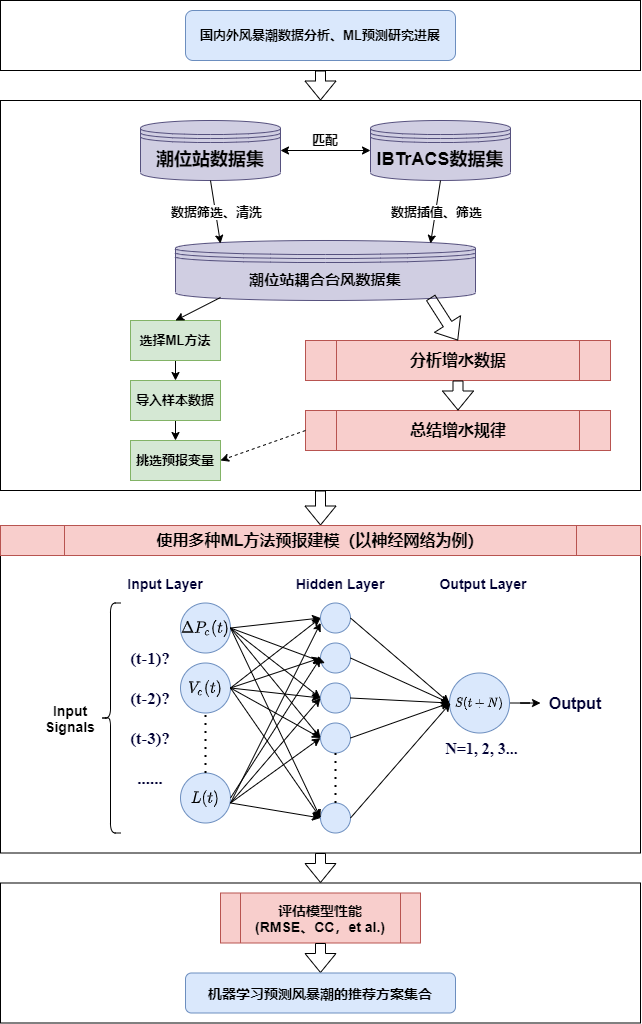
Xylitolor/Xylitolee keeps this draw.io diagram as 毕业设计.png. Above is the earlier version. Source tidied: cells renumbered, new cells last; positions are measured from the earlier drawing's top-left corner, leaving out a move shared by most shapes.
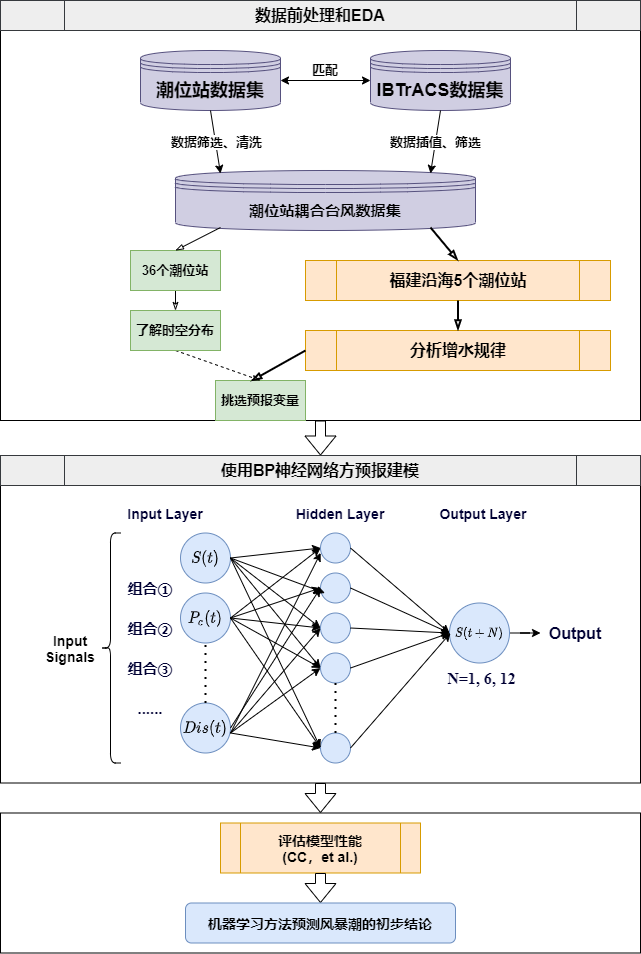
After the commit.

Commit message:
更新毕业设计.png

Change to the diagram source:
```diff
@@ -2,9 +2,6 @@
   <root>
     <mxCell id="0" />
     <mxCell id="1" parent="0" />
-    <mxCell id="2" style="rounded=0;whiteSpace=wrap;html=1;labelBackgroundColor=none;fontFamily=Helvetica;fontSize=14;fontColor=#000033;" parent="1" vertex="1">
-      <mxGeometry width="640" height="70" as="geometry" />
-    </mxCell>
     <mxCell id="3" style="rounded=0;whiteSpace=wrap;html=1;labelBackgroundColor=none;fontFamily=Helvetica;fontSize=14;fontColor=#000033;" parent="1" vertex="1">
       <mxGeometry y="882.5" width="640" height="140" as="geometry" />
     </mxCell>
@@ -27,24 +24,24 @@
       <mxGeometry x="175" y="240" width="300" height="60" as="geometry" />
     </mxCell>
     <mxCell id="10" value="挑选预报变量" style="rounded=0;whiteSpace=wrap;html=1;fontFamily=Helvetica;fontSize=13;fillColor=#d5e8d4;strokeColor=#82b366;fontStyle=1;" parent="1" vertex="1">
-      <mxGeometry x="130" y="440" width="90" height="40" as="geometry" />
+      <mxGeometry x="215" y="450" width="90" height="40" as="geometry" />
     </mxCell>
-    <mxCell id="11" style="edgeStyle=orthogonalEdgeStyle;rounded=0;jettySize=auto;html=1;exitX=0.5;exitY=1;exitDx=0;exitDy=0;entryX=0.5;entryY=0;entryDx=0;entryDy=0;fontFamily=Helvetica;fontSize=13;" parent="1" edge="1" source="12" target="16">
+    <mxCell id="11" style="edgeStyle=orthogonalEdgeStyle;rounded=0;jettySize=auto;html=1;exitX=0.5;exitY=1;exitDx=0;exitDy=0;entryX=0.5;entryY=0;entryDx=0;entryDy=0;fontFamily=Helvetica;fontSize=13;endArrow=classicThin;endFill=0;" parent="1" edge="1" source="12" target="16">
       <mxGeometry relative="1" as="geometry" />
     </mxCell>
-    <mxCell id="12" value="选择ML方法" style="rounded=0;whiteSpace=wrap;html=1;fontFamily=Helvetica;fontSize=13;fillColor=#d5e8d4;strokeColor=#82b366;fontStyle=1;" parent="1" vertex="1">
+    <mxCell id="12" value="36个潮位站" style="rounded=0;whiteSpace=wrap;html=1;fontFamily=Helvetica;fontSize=13;fillColor=#d5e8d4;strokeColor=#82b366;fontStyle=1;" parent="1" vertex="1">
       <mxGeometry x="130" y="320" width="90" height="40" as="geometry" />
     </mxCell>
     <mxCell id="13" style="edgeStyle=orthogonalEdgeStyle;rounded=0;orthogonalLoop=1;jettySize=auto;html=1;exitX=0.5;exitY=1;exitDx=0;exitDy=0;fontFamily=Helvetica;fontSize=13;" parent="1" edge="1" source="10" target="10">
       <mxGeometry relative="1" as="geometry" />
     </mxCell>
-    <mxCell id="14" style="endArrow=classic;html=1;fontFamily=Helvetica;fontSize=13;entryX=0.5;entryY=0;entryDx=0;entryDy=0;exitX=0.5;exitY=1;exitDx=0;exitDy=0;" parent="1" edge="1" source="16" target="10">
+    <mxCell id="14" style="endArrow=classicThin;html=1;fontFamily=Helvetica;fontSize=13;entryX=0.5;entryY=0;entryDx=0;entryDy=0;exitX=0.5;exitY=1;exitDx=0;exitDy=0;dashed=1;endFill=0;" parent="1" edge="1" source="16" target="10">
       <mxGeometry relative="1" as="geometry" />
     </mxCell>
-    <mxCell id="15" style="endArrow=classic;html=1;fontFamily=Helvetica;fontSize=13;entryX=0.5;entryY=0;entryDx=0;entryDy=0;exitX=0.15;exitY=0.95;exitDx=0;exitDy=0;exitPerimeter=0;" parent="1" edge="1" source="9" target="12">
+    <mxCell id="15" style="endArrow=blockThin;html=1;fontFamily=Helvetica;fontSize=13;entryX=0.5;entryY=0;entryDx=0;entryDy=0;exitX=0.15;exitY=0.95;exitDx=0;exitDy=0;exitPerimeter=0;endFill=0;" parent="1" edge="1" source="9" target="12">
       <mxGeometry relative="1" as="geometry" />
     </mxCell>
-    <mxCell id="16" value="导入样本数据" style="rounded=0;whiteSpace=wrap;html=1;fontFamily=Helvetica;fontSize=13;fillColor=#d5e8d4;strokeColor=#82b366;fontStyle=1;" parent="1" vertex="1">
+    <mxCell id="16" value="了解时空分布" style="rounded=0;whiteSpace=wrap;html=1;fontFamily=Helvetica;fontSize=13;fillColor=#d5e8d4;strokeColor=#82b366;fontStyle=1;" parent="1" vertex="1">
       <mxGeometry x="130" y="380" width="90" height="40" as="geometry" />
     </mxCell>
     <mxCell id="17" style="rounded=0;whiteSpace=wrap;html=1;fontFamily=Helvetica;fontSize=13;" parent="1" vertex="1">
@@ -56,13 +53,13 @@
     <mxCell id="19" value="Input&lt;br style=&quot;font-size: 14px;&quot;&gt;Signals" style="text;html=1;strokeColor=none;fillColor=none;align=center;verticalAlign=middle;whiteSpace=wrap;rounded=0;fontFamily=Helvetica;fontSize=14;rotation=0;fontStyle=1;" parent="1" vertex="1">
       <mxGeometry x="50" y="707.5" width="40" height="20" as="geometry" />
     </mxCell>
-    <mxCell id="20" value="$$\Delta P_c(t)$$" style="ellipse;whiteSpace=wrap;html=1;fontFamily=Helvetica;fontSize=13;fillColor=#dae8fc;strokeColor=#6c8ebf;" parent="1" vertex="1">
+    <mxCell id="20" value="$$S(t)$$" style="ellipse;whiteSpace=wrap;html=1;fontFamily=Helvetica;fontSize=13;fillColor=#dae8fc;strokeColor=#6c8ebf;" parent="1" vertex="1">
       <mxGeometry x="180" y="602.5" width="50" height="50" as="geometry" />
     </mxCell>
-    <mxCell id="21" value="$$V_c(t)$$" style="ellipse;whiteSpace=wrap;html=1;fontFamily=Helvetica;fontSize=13;fillColor=#dae8fc;strokeColor=#6c8ebf;" parent="1" vertex="1">
+    <mxCell id="21" value="$$P_c(t)$$" style="ellipse;whiteSpace=wrap;html=1;fontFamily=Helvetica;fontSize=13;fillColor=#dae8fc;strokeColor=#6c8ebf;" parent="1" vertex="1">
       <mxGeometry x="180" y="662.5" width="50" height="50" as="geometry" />
     </mxCell>
-    <mxCell id="22" value="$$L(t)$$" style="ellipse;whiteSpace=wrap;html=1;fontFamily=Helvetica;fontSize=13;fillColor=#dae8fc;strokeColor=#6c8ebf;" parent="1" vertex="1">
+    <mxCell id="22" value="$$Dis(t)$$" style="ellipse;whiteSpace=wrap;html=1;fontFamily=Helvetica;fontSize=13;fillColor=#dae8fc;strokeColor=#6c8ebf;" parent="1" vertex="1">
       <mxGeometry x="180" y="772.5" width="50" height="50" as="geometry" />
     </mxCell>
     <mxCell id="23" style="endArrow=none;dashed=1;html=1;dashPattern=1 3;strokeWidth=2;fontFamily=Times New Roman;fontSize=10;fontColor=#808080;entryX=0.5;entryY=1;entryDx=0;entryDy=0;exitX=0.5;exitY=0;exitDx=0;exitDy=0;" parent="1" edge="1" source="22" target="21">
@@ -188,13 +185,13 @@
     <mxCell id="56" style="shape=flexArrow;endArrow=classic;html=1;fontFamily=Helvetica;fontSize=14;fontColor=#000033;exitX=0.5;exitY=1;exitDx=0;exitDy=0;entryX=0.5;entryY=0;entryDx=0;entryDy=0;" parent="1" edge="1" source="17" target="3">
       <mxGeometry relative="1" as="geometry" />
     </mxCell>
-    <mxCell id="57" value="评估模型性能&lt;br&gt;(RMSE、CC，et al.)" style="shape=process;whiteSpace=wrap;html=1;backgroundOutline=1;fontFamily=Helvetica;fontSize=14;fillColor=#f8cecc;strokeColor=#b85450;fontStyle=1;" parent="1" vertex="1">
+    <mxCell id="57" value="评估模型性能&lt;br&gt;(CC，et al.)" style="shape=process;whiteSpace=wrap;html=1;backgroundOutline=1;fontFamily=Helvetica;fontSize=14;fillColor=#ffe6cc;strokeColor=#d79b00;fontStyle=1;" parent="1" vertex="1">
       <mxGeometry x="220" y="892.5" width="200" height="50" as="geometry" />
     </mxCell>
     <mxCell id="58" style="shape=flexArrow;endArrow=classic;html=1;fontFamily=Helvetica;fontSize=14;fontColor=#000033;exitX=0.5;exitY=1;exitDx=0;exitDy=0;entryX=0.5;entryY=0;entryDx=0;entryDy=0;" parent="1" edge="1" source="57" target="59">
       <mxGeometry relative="1" as="geometry" />
     </mxCell>
-    <mxCell id="59" value="&lt;span style=&quot;font-size: 10.5pt&quot;&gt;机器学习预测风暴潮的推荐方案集合&lt;/span&gt;" style="rounded=1;whiteSpace=wrap;html=1;fontFamily=Helvetica;fontSize=14;fillColor=#dae8fc;strokeColor=#6c8ebf;fontStyle=1;" parent="1" vertex="1">
+    <mxCell id="59" value="&lt;span style=&quot;font-size: 10.5pt&quot;&gt;机器学习方法预测风暴潮的初步结论&lt;/span&gt;" style="rounded=1;whiteSpace=wrap;html=1;fontFamily=Helvetica;fontSize=14;fillColor=#dae8fc;strokeColor=#6c8ebf;fontStyle=1;" parent="1" vertex="1">
       <mxGeometry x="185" y="972.5" width="270" height="40" as="geometry" />
     </mxCell>
     <mxCell id="60" style="shape=flexArrow;endArrow=classic;html=1;fontFamily=Helvetica;fontSize=13;fontColor=#000033;entryX=0.5;entryY=0;entryDx=0;entryDy=0;exitX=0.5;exitY=1;exitDx=0;exitDy=0;" parent="1" edge="1" source="4" target="65">
@@ -212,35 +209,32 @@
     <mxCell id="64" value="数据插值、筛选" style="edgeLabel;html=1;align=center;verticalAlign=middle;fontStyle=1;fontSize=13;" parent="63" vertex="1">
       <mxGeometry relative="1" as="geometry" />
     </mxCell>
-    <mxCell id="65" value="&lt;h3&gt;&lt;font style=&quot;font-size: 16px&quot;&gt;使用多种ML方法预报建模（以神经网络为例）&lt;/font&gt;&lt;/h3&gt;" style="shape=process;whiteSpace=wrap;html=1;backgroundOutline=1;fontFamily=Helvetica;fontSize=13;fillColor=#f8cecc;strokeColor=#b85450;" parent="1" vertex="1">
+    <mxCell id="65" value="&lt;h3&gt;&lt;font style=&quot;font-size: 16px&quot;&gt;使用BP神经网络方预报建模&lt;/font&gt;&lt;/h3&gt;" style="shape=process;whiteSpace=wrap;html=1;backgroundOutline=1;fontFamily=Helvetica;fontSize=13;fillColor=#eeeeee;strokeColor=#36393d;" parent="1" vertex="1">
       <mxGeometry y="525" width="640" height="30" as="geometry" />
     </mxCell>
-    <mxCell id="66" value="&lt;font face=&quot;Times New Roman&quot; style=&quot;font-size: 17px;&quot;&gt;&lt;b style=&quot;font-size: 17px;&quot;&gt;(t-1)?&lt;br style=&quot;font-size: 17px;&quot;&gt;&lt;br style=&quot;font-size: 17px;&quot;&gt;(t-2)?&lt;br style=&quot;font-size: 17px;&quot;&gt;&lt;br style=&quot;font-size: 17px;&quot;&gt;(t-3)?&lt;br style=&quot;font-size: 17px;&quot;&gt;&lt;br style=&quot;font-size: 17px;&quot;&gt;......&lt;/b&gt;&lt;/font&gt;" style="text;html=1;strokeColor=none;fillColor=none;align=center;verticalAlign=middle;whiteSpace=wrap;rounded=0;fontFamily=Helvetica;fontSize=17;fontColor=#000033;labelBorderColor=none;labelBackgroundColor=none;" parent="1" vertex="1">
+    <mxCell id="66" value="&lt;font style=&quot;font-size: 15px&quot;&gt;&lt;b&gt;组合①&lt;br&gt;&lt;br&gt;组合②&lt;br&gt;&lt;br&gt;组合③&lt;br&gt;&lt;br&gt;......&lt;/b&gt;&lt;/font&gt;" style="text;html=1;strokeColor=none;fillColor=none;align=center;verticalAlign=middle;whiteSpace=wrap;rounded=0;fontFamily=Helvetica;fontSize=17;fontColor=#000033;labelBorderColor=none;labelBackgroundColor=none;" parent="1" vertex="1">
       <mxGeometry x="125" y="647.5" width="50" height="140" as="geometry" />
     </mxCell>
-    <mxCell id="67" value="&lt;font face=&quot;Times New Roman&quot; size=&quot;1&quot;&gt;&lt;b style=&quot;font-size: 16px&quot;&gt;N=1, 2, 3...&lt;/b&gt;&lt;/font&gt;" style="text;html=1;strokeColor=none;fillColor=none;align=center;verticalAlign=middle;whiteSpace=wrap;rounded=0;fontFamily=Helvetica;fontSize=17;fontColor=#000033;labelBackgroundColor=none;" parent="1" vertex="1">
+    <mxCell id="67" value="&lt;font face=&quot;Times New Roman&quot; size=&quot;1&quot;&gt;&lt;b style=&quot;font-size: 16px&quot;&gt;N=1, 6, 12&lt;/b&gt;&lt;/font&gt;" style="text;html=1;strokeColor=none;fillColor=none;align=center;verticalAlign=middle;whiteSpace=wrap;rounded=0;fontFamily=Helvetica;fontSize=17;fontColor=#000033;labelBackgroundColor=none;" parent="1" vertex="1">
       <mxGeometry x="441" y="737.5" width="81" height="20" as="geometry" />
     </mxCell>
-    <mxCell id="68" value="国内外风暴潮数据分析、ML预测研究进展" style="rounded=1;whiteSpace=wrap;html=1;labelBackgroundColor=none;fontFamily=Helvetica;fontSize=13;fillColor=#dae8fc;strokeColor=#6c8ebf;fontStyle=1;" parent="1" vertex="1">
-      <mxGeometry x="185" y="10" width="270" height="50" as="geometry" />
-    </mxCell>
-    <mxCell id="69" style="shape=flexArrow;endArrow=classic;html=1;fontFamily=Helvetica;fontSize=13;fontColor=#000033;exitX=0.5;exitY=1;exitDx=0;exitDy=0;entryX=0.5;entryY=0;entryDx=0;entryDy=0;" parent="1" edge="1" source="2" target="4">
-      <mxGeometry relative="1" as="geometry" />
-    </mxCell>
-    <mxCell id="70" value="&lt;font style=&quot;font-size: 16px&quot;&gt;分析增水数据&lt;/font&gt;" style="shape=process;whiteSpace=wrap;html=1;backgroundOutline=1;labelBackgroundColor=none;fontFamily=Helvetica;fontSize=14;fillColor=#f8cecc;strokeColor=#b85450;fontStyle=1;" parent="1" vertex="1">
-      <mxGeometry x="305" y="340" width="305" height="40" as="geometry" />
+    <mxCell id="70" value="&lt;span style=&quot;font-size: 16px&quot;&gt;福建沿海5个潮位站&lt;/span&gt;" style="shape=process;whiteSpace=wrap;html=1;backgroundOutline=1;labelBackgroundColor=none;fontFamily=Helvetica;fontSize=14;fillColor=#ffe6cc;strokeColor=#d79b00;fontStyle=1;" parent="1" vertex="1">
+      <mxGeometry x="305" y="330" width="305" height="40" as="geometry" />
     </mxCell>
-    <mxCell id="71" value="&lt;b&gt;&lt;font style=&quot;font-size: 16px&quot;&gt;总结增水规律&lt;/font&gt;&lt;/b&gt;" style="shape=process;whiteSpace=wrap;html=1;backgroundOutline=1;labelBackgroundColor=none;fontFamily=Helvetica;fontSize=14;fillColor=#f8cecc;strokeColor=#b85450;" parent="1" vertex="1">
-      <mxGeometry x="305" y="410" width="305" height="40" as="geometry" />
+    <mxCell id="71" value="&lt;b&gt;&lt;font style=&quot;font-size: 16px&quot;&gt;分析增水规律&lt;/font&gt;&lt;/b&gt;" style="shape=process;whiteSpace=wrap;html=1;backgroundOutline=1;labelBackgroundColor=none;fontFamily=Helvetica;fontSize=14;fillColor=#ffe6cc;strokeColor=#d79b00;" parent="1" vertex="1">
+      <mxGeometry x="305" y="400" width="305" height="40" as="geometry" />
     </mxCell>
-    <mxCell id="72" style="shape=flexArrow;endArrow=classic;html=1;fontFamily=Helvetica;fontSize=14;fontColor=#000033;exitX=0.85;exitY=0.95;exitDx=0;exitDy=0;entryX=0.5;entryY=0;entryDx=0;entryDy=0;exitPerimeter=0;" parent="1" edge="1" source="9" target="70">
+    <mxCell id="72" style="endArrow=blockThin;html=1;fontFamily=Helvetica;fontSize=14;fontColor=#000033;exitX=0.85;exitY=0.95;exitDx=0;exitDy=0;entryX=0.5;entryY=0;entryDx=0;entryDy=0;exitPerimeter=0;strokeWidth=2;endFill=0;" parent="1" edge="1" source="9" target="70">
       <mxGeometry relative="1" as="geometry" />
     </mxCell>
-    <mxCell id="73" style="shape=flexArrow;endArrow=classic;html=1;fontFamily=Helvetica;fontSize=14;fontColor=#000033;exitX=0.5;exitY=1;exitDx=0;exitDy=0;entryX=0.5;entryY=0;entryDx=0;entryDy=0;" parent="1" edge="1" source="70" target="71">
+    <mxCell id="73" style="endArrow=blockThin;html=1;fontFamily=Helvetica;fontSize=14;fontColor=#000033;exitX=0.5;exitY=1;exitDx=0;exitDy=0;entryX=0.5;entryY=0;entryDx=0;entryDy=0;strokeWidth=2;endFill=0;" parent="1" edge="1" source="70" target="71">
       <mxGeometry relative="1" as="geometry" />
     </mxCell>
-    <mxCell id="74" style="endArrow=classic;html=1;fontFamily=Helvetica;fontSize=14;fontColor=#000033;entryX=1;entryY=0.5;entryDx=0;entryDy=0;exitX=0;exitY=0.5;exitDx=0;exitDy=0;rounded=1;dashed=1;" parent="1" edge="1" source="71" target="10">
+    <mxCell id="74" style="endArrow=blockThin;html=1;fontFamily=Helvetica;fontSize=14;fontColor=#000033;entryX=0.398;entryY=0.01;entryDx=0;entryDy=0;exitX=0;exitY=0.5;exitDx=0;exitDy=0;rounded=1;entryPerimeter=0;strokeWidth=2;endFill=0;" parent="1" edge="1" source="71" target="10">
       <mxGeometry relative="1" as="geometry" />
     </mxCell>
+    <mxCell id="75" value="&lt;font style=&quot;font-size: 16px&quot;&gt;&lt;b&gt;数据前处理和EDA&lt;/b&gt;&lt;/font&gt;" style="shape=process;whiteSpace=wrap;html=1;backgroundOutline=1;fillColor=#eeeeee;strokeColor=#36393d;" parent="1" vertex="1">
+      <mxGeometry y="70" width="640" height="30" as="geometry" />
+    </mxCell>
   </root>
 </mxGraphModel>
```
